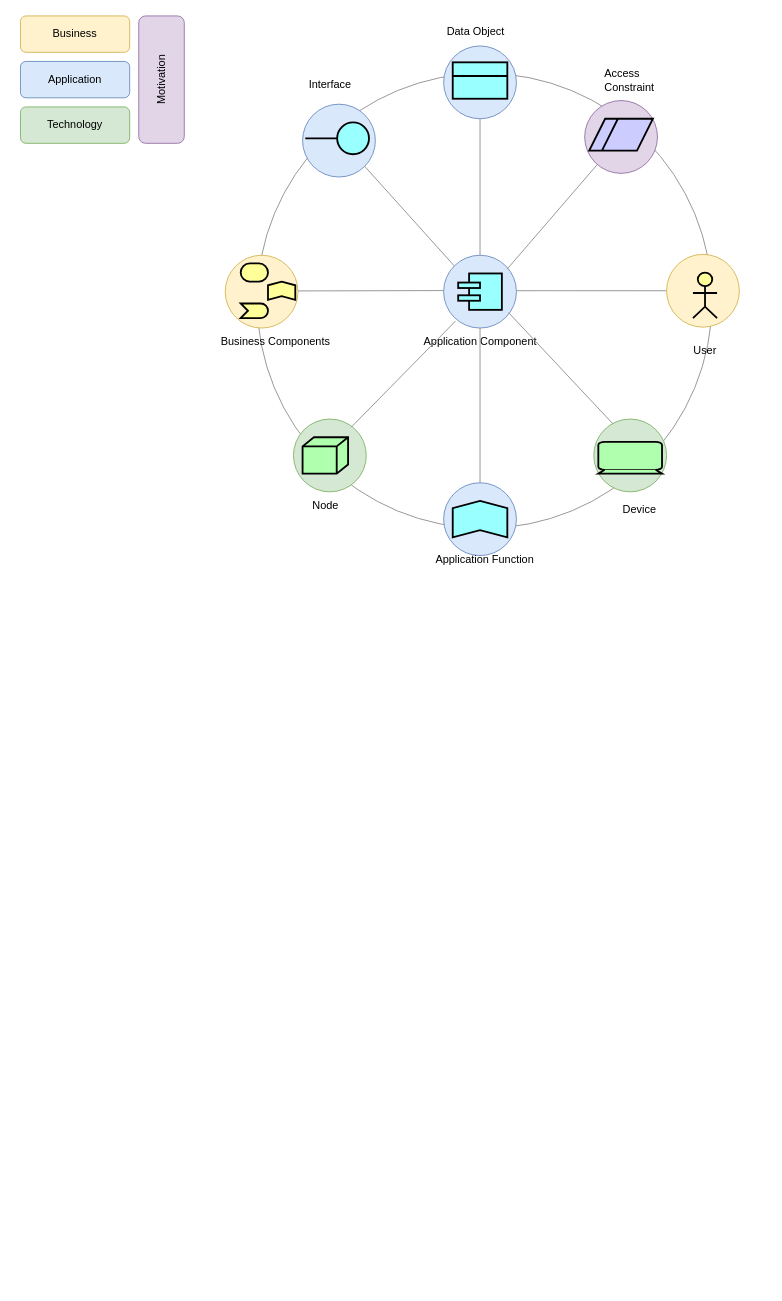
The draw.io diagram BE/enterprise/Untitled Diagram.drawio in afflato/system, before the edit. Source tidied: cells renumbered, new cells numbered last; positions are measured from the earlier drawing's top-left corner, leaving out a move shared by most shapes. Both pictures are drawn from the tidied source at 91%, with x=0, y=0 at pixel (20, 15).
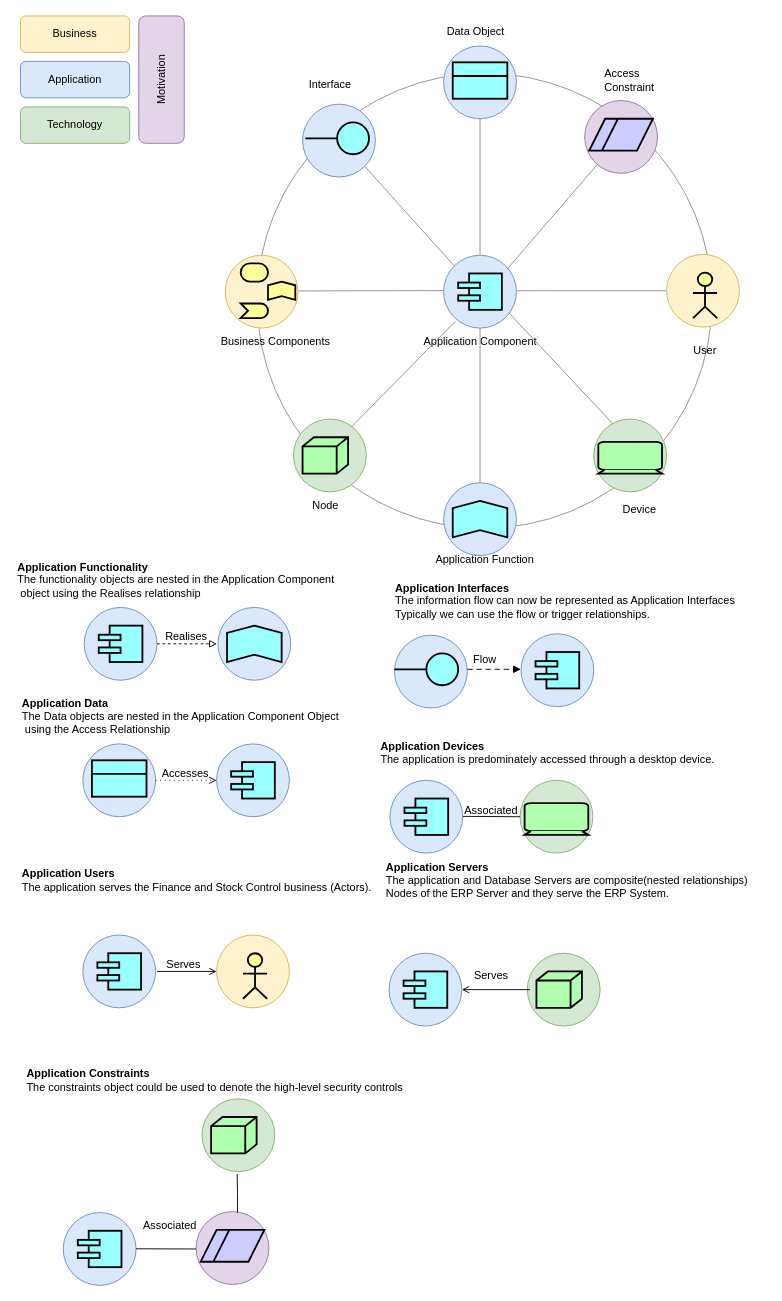
The same page after the edit.

What changed in the source:
```diff
@@
+    <mxCell id="44" style="ellipse;whiteSpace=wrap;html=1;fillColor=#dae8fc;strokeColor=#6c8ebf;" parent="1" vertex="1">
+      <mxGeometry x="70" y="650" width="80" height="80" as="geometry" />
+    </mxCell>
+    <mxCell id="45" style="html=1;whiteSpace=wrap;fillColor=#99ffff;shape=mxgraph.archimate3.component;strokeWidth=2;" parent="1" vertex="1">
+      <mxGeometry x="86" y="670" width="48" height="40" as="geometry" />
+    </mxCell>
+    <mxCell id="46" style="ellipse;whiteSpace=wrap;html=1;fillColor=#dae8fc;strokeColor=#6c8ebf;" parent="1" vertex="1">
+      <mxGeometry x="217" y="650" width="80" height="80" as="geometry" />
+    </mxCell>
+    <mxCell id="47" style="html=1;whiteSpace=wrap;fillColor=#99ffff;shape=mxgraph.archimate3.function;strokeWidth=2;" parent="1" vertex="1">
+      <mxGeometry x="227" y="670" width="60" height="40" as="geometry" />
+    </mxCell>
+    <mxCell id="48" style="edgeStyle=elbowEdgeStyle;html=1;endArrow=block;elbow=vertical;endFill=0;dashed=1;rounded=0;entryX=-0.014;entryY=0.506;entryDx=0;entryDy=0;entryPerimeter=0;" parent="1" edge="1" target="46">
+      <mxGeometry relative="1" as="geometry">
+        <mxPoint x="150" y="690" as="sourcePoint" />
+      </mxGeometry>
+    </mxCell>
+    <mxCell id="49" value="&lt;div&gt;&lt;b&gt;Application Functionality&lt;/b&gt;&lt;/div&gt;&lt;div&gt;The functionality objects are nested in the Application Component&lt;/div&gt;&lt;div&gt;&amp;nbsp;object using the Realises relationship&lt;/div&gt;" style="text;html=1;align=left;verticalAlign=middle;strokeColor=none;fillColor=none;" parent="1" vertex="1">
+      <mxGeometry x="-5" y="590" width="370" height="60" as="geometry" />
+    </mxCell>
+    <mxCell id="50" style="ellipse;whiteSpace=wrap;html=1;fillColor=#dae8fc;strokeColor=#6c8ebf;" parent="1" vertex="1">
+      <mxGeometry x="215.5" y="800" width="80" height="80" as="geometry" />
+    </mxCell>
+    <mxCell id="51" style="html=1;whiteSpace=wrap;fillColor=#99ffff;shape=mxgraph.archimate3.component;strokeWidth=2;" parent="1" vertex="1">
+      <mxGeometry x="231.5" y="820" width="48" height="40" as="geometry" />
+    </mxCell>
+    <mxCell id="52" style="ellipse;whiteSpace=wrap;html=1;fillColor=#dae8fc;strokeColor=#6c8ebf;" parent="1" vertex="1">
+      <mxGeometry x="68.5" y="800" width="80" height="80" as="geometry" />
+    </mxCell>
+    <mxCell id="53" value="&lt;table cellpadding=&quot;0&quot; cellspacing=&quot;0&quot; style=&quot;font-size:1em;width:100%;height:100%;&quot;&gt;&lt;tr style=&quot;height:20px;&quot;&gt;&lt;td align=&quot;center&quot;&gt;&lt;/td&gt;&lt;/tr&gt;&lt;tr&gt;&lt;td align=&quot;left&quot; valign=&quot;top&quot; style=&quot;padding:4px;&quot;&gt;&lt;/td&gt;&lt;/tr&gt;&lt;/table&gt;" style="html=1;whiteSpace=wrap;fillColor=#99ffff;shape=mxgraph.archimate3.businessObject;overflow=fill;strokeWidth=2;" parent="1" vertex="1">
+      <mxGeometry x="78.5" y="818" width="60" height="40" as="geometry" />
+    </mxCell>
+    <mxCell id="54" style="edgeStyle=elbowEdgeStyle;html=1;endArrow=open;elbow=vertical;endFill=0;dashed=1;dashPattern=1 4;rounded=0;" parent="1" edge="1" target="50">
+      <mxGeometry relative="1" as="geometry">
+        <mxPoint x="148.5" y="840" as="sourcePoint" />
+      </mxGeometry>
+    </mxCell>
+    <mxCell id="55" value="Accesses" style="text;html=1;align=center;verticalAlign=middle;strokeColor=none;fillColor=none;" parent="1" vertex="1">
+      <mxGeometry x="145.5" y="818" width="70" height="30" as="geometry" />
+    </mxCell>
+    <mxCell id="56" value="Realises" style="text;html=1;align=center;verticalAlign=middle;strokeColor=none;fillColor=none;" parent="1" vertex="1">
+      <mxGeometry x="147" y="667" width="70" height="30" as="geometry" />
+    </mxCell>
+    <mxCell id="57" value="&lt;div&gt;&lt;b&gt;Application Data&lt;/b&gt;&lt;/div&gt;&lt;div&gt;The Data objects are nested in the Application Component Object&lt;/div&gt;&lt;div&gt;&amp;nbsp;using the Access Relationship&lt;/div&gt;" style="text;html=1;align=left;verticalAlign=middle;strokeColor=none;fillColor=none;" parent="1" vertex="1">
+      <mxGeometry y="740" width="370" height="60" as="geometry" />
+    </mxCell>
+    <mxCell id="58" style="ellipse;whiteSpace=wrap;html=1;fillColor=#dae8fc;strokeColor=#6c8ebf;" parent="1" vertex="1">
+      <mxGeometry x="550" y="679" width="80" height="80" as="geometry" />
+    </mxCell>
+    <mxCell id="59" style="html=1;whiteSpace=wrap;fillColor=#99ffff;shape=mxgraph.archimate3.component;strokeWidth=2;" parent="1" vertex="1">
+      <mxGeometry x="566" y="699" width="48" height="40" as="geometry" />
+    </mxCell>
+    <mxCell id="60" style="ellipse;whiteSpace=wrap;html=1;fillColor=#dae8fc;strokeColor=#6c8ebf;" parent="1" vertex="1">
+      <mxGeometry x="411" y="680.5" width="80" height="80" as="geometry" />
+    </mxCell>
+    <mxCell id="61" style="html=1;whiteSpace=wrap;fillColor=#99ffff;shape=mxgraph.archimate3.interface;strokeWidth=2;" parent="1" vertex="1">
+      <mxGeometry x="411" y="700.5" width="70" height="35" as="geometry" />
+    </mxCell>
+    <mxCell id="62" value="&lt;div&gt;&lt;b&gt;Application Interfaces&lt;/b&gt;&lt;/div&gt;&lt;div&gt;The information flow can now be represented as Application Interfaces&lt;/div&gt;&lt;div&gt;Typically we can use the flow or trigger relationships.&lt;/div&gt;" style="text;html=1;align=left;verticalAlign=middle;strokeColor=none;fillColor=none;" parent="1" vertex="1">
+      <mxGeometry x="410" y="613" width="400" height="60" as="geometry" />
+    </mxCell>
+    <mxCell id="63" style="edgeStyle=elbowEdgeStyle;html=1;endArrow=block;dashed=1;elbow=vertical;endFill=1;dashPattern=6 4;rounded=0;entryX=-0.001;entryY=0.492;entryDx=0;entryDy=0;entryPerimeter=0;" parent="1" edge="1" target="58">
+      <mxGeometry relative="1" as="geometry">
+        <mxPoint x="491" y="718" as="sourcePoint" />
+      </mxGeometry>
+    </mxCell>
+    <mxCell id="64" value="Flow" style="text;html=1;align=center;verticalAlign=middle;strokeColor=none;fillColor=none;" parent="1" vertex="1">
+      <mxGeometry x="485" y="693" width="50" height="30" as="geometry" />
+    </mxCell>
+    <mxCell id="65" style="ellipse;whiteSpace=wrap;html=1;fillColor=#dae8fc;strokeColor=#6c8ebf;" parent="1" vertex="1">
+      <mxGeometry x="406" y="840" width="80" height="80" as="geometry" />
+    </mxCell>
+    <mxCell id="66" style="html=1;whiteSpace=wrap;fillColor=#99ffff;shape=mxgraph.archimate3.component;strokeWidth=2;" parent="1" vertex="1">
+      <mxGeometry x="422" y="860" width="48" height="40" as="geometry" />
+    </mxCell>
+    <mxCell id="67" style="ellipse;whiteSpace=wrap;html=1;fillColor=#d5e8d4;strokeColor=#82b366;" parent="1" vertex="1">
+      <mxGeometry x="549" y="840" width="80" height="80" as="geometry" />
+    </mxCell>
+    <mxCell id="68" style="html=1;whiteSpace=wrap;fillColor=#AFFFAF;shape=mxgraph.archimate3.device;strokeWidth=2;" parent="1" vertex="1">
+      <mxGeometry x="554" y="865" width="70" height="35" as="geometry" />
+    </mxCell>
+    <mxCell id="69" value="&lt;div&gt;&lt;b&gt;Application Devices&lt;/b&gt;&lt;/div&gt;&lt;div&gt;The application is predominately accessed through a desktop device.&lt;/div&gt;" style="text;html=1;align=left;verticalAlign=middle;strokeColor=none;fillColor=none;" parent="1" vertex="1">
+      <mxGeometry x="394" y="790" width="390" height="40" as="geometry" />
+    </mxCell>
+    <mxCell id="70" style="edgeStyle=elbowEdgeStyle;html=1;endArrow=none;elbow=vertical;rounded=0;entryX=0;entryY=0.5;entryDx=0;entryDy=0;" parent="1" edge="1" target="67">
+      <mxGeometry relative="1" as="geometry">
+        <mxPoint x="486" y="879.6" as="sourcePoint" />
+      </mxGeometry>
+    </mxCell>
+    <mxCell id="71" value="Associated" style="text;html=1;align=center;verticalAlign=middle;strokeColor=none;fillColor=none;" parent="1" vertex="1">
+      <mxGeometry x="477" y="859" width="80" height="30" as="geometry" />
+    </mxCell>
+    <mxCell id="72" style="ellipse;whiteSpace=wrap;html=1;fillColor=#dae8fc;strokeColor=#6c8ebf;" parent="1" vertex="1">
+      <mxGeometry x="68.5" y="1010" width="80" height="80" as="geometry" />
+    </mxCell>
+    <mxCell id="73" style="html=1;whiteSpace=wrap;fillColor=#99ffff;shape=mxgraph.archimate3.component;strokeWidth=2;" parent="1" vertex="1">
+      <mxGeometry x="84.5" y="1030" width="48" height="40" as="geometry" />
+    </mxCell>
+    <mxCell id="74" style="ellipse;whiteSpace=wrap;html=1;fillColor=#fff2cc;strokeColor=#d6b656;" parent="1" vertex="1">
+      <mxGeometry x="215.5" y="1010" width="80" height="80" as="geometry" />
+    </mxCell>
+    <mxCell id="75" style="html=1;whiteSpace=wrap;fillColor=#ffff99;verticalLabelPosition=bottom;verticalAlign=top;align=center;shape=mxgraph.archimate3.actor;strokeWidth=2;" parent="1" vertex="1">
+      <mxGeometry x="244.5" y="1030" width="26.5" height="50" as="geometry" />
+    </mxCell>
+    <mxCell id="76" value="&lt;div&gt;&lt;b style=&quot;background-color: transparent; color: light-dark(rgb(0, 0, 0), rgb(255, 255, 255));&quot;&gt;Application Users&lt;/b&gt;&lt;/div&gt;&lt;div&gt;&lt;div&gt;The application serves the Finance and Stock Control business (Actors).&lt;/div&gt;&lt;/div&gt;" style="text;html=1;align=left;verticalAlign=middle;strokeColor=none;fillColor=none;" parent="1" vertex="1">
+      <mxGeometry y="930" width="410" height="40" as="geometry" />
+    </mxCell>
+    <mxCell id="77" style="edgeStyle=elbowEdgeStyle;html=1;endArrow=open;elbow=vertical;endFill=1;rounded=0;entryX=0;entryY=0.5;entryDx=0;entryDy=0;" parent="1" edge="1" target="74">
+      <mxGeometry relative="1" as="geometry">
+        <mxPoint x="150" y="1050" as="sourcePoint" />
+      </mxGeometry>
+    </mxCell>
+    <mxCell id="78" value="Serves" style="text;html=1;align=center;verticalAlign=middle;strokeColor=none;fillColor=none;" parent="1" vertex="1">
+      <mxGeometry x="148.5" y="1028" width="60" height="30" as="geometry" />
+    </mxCell>
+    <mxCell id="79" style="ellipse;whiteSpace=wrap;html=1;fillColor=#dae8fc;strokeColor=#6c8ebf;" parent="1" vertex="1">
+      <mxGeometry x="405" y="1030" width="80" height="80" as="geometry" />
+    </mxCell>
+    <mxCell id="80" style="html=1;whiteSpace=wrap;fillColor=#99ffff;shape=mxgraph.archimate3.component;strokeWidth=2;" parent="1" vertex="1">
+      <mxGeometry x="421" y="1050" width="48" height="40" as="geometry" />
+    </mxCell>
+    <mxCell id="81" style="ellipse;whiteSpace=wrap;html=1;fillColor=#d5e8d4;strokeColor=#82b366;" parent="1" vertex="1">
+      <mxGeometry x="557" y="1030" width="80" height="80" as="geometry" />
+    </mxCell>
+    <mxCell id="82" style="html=1;whiteSpace=wrap;fillColor=#AFFFAF;shape=mxgraph.archimate3.node;strokeWidth=2;" parent="1" vertex="1">
+      <mxGeometry x="567" y="1050" width="50" height="40" as="geometry" />
+    </mxCell>
+    <mxCell id="83" value="&lt;div&gt;&lt;b&gt;Application Servers&lt;/b&gt;&lt;/div&gt;&lt;div&gt;The application and Database Servers are composite(nested relationships)&amp;nbsp;&lt;/div&gt;&lt;div&gt;Nodes of the ERP Server and they serve the ERP System.&lt;/div&gt;" style="text;html=1;align=left;verticalAlign=middle;strokeColor=none;fillColor=none;" parent="1" vertex="1">
+      <mxGeometry x="400" y="920" width="420" height="60" as="geometry" />
+    </mxCell>
+    <mxCell id="84" style="edgeStyle=elbowEdgeStyle;html=1;endArrow=open;elbow=vertical;endFill=1;rounded=0;" parent="1" edge="1" target="79">
+      <mxGeometry relative="1" as="geometry">
+        <mxPoint x="560" y="1070" as="sourcePoint" />
+      </mxGeometry>
+    </mxCell>
+    <mxCell id="85" value="Serves" style="text;html=1;align=center;verticalAlign=middle;strokeColor=none;fillColor=none;" parent="1" vertex="1">
+      <mxGeometry x="487" y="1040" width="60" height="30" as="geometry" />
+    </mxCell>
+    <mxCell id="86" style="ellipse;whiteSpace=wrap;html=1;fillColor=#dae8fc;strokeColor=#6c8ebf;" parent="1" vertex="1">
+      <mxGeometry x="47" y="1315" width="80" height="80" as="geometry" />
+    </mxCell>
+    <mxCell id="87" style="html=1;whiteSpace=wrap;fillColor=#99ffff;shape=mxgraph.archimate3.component;strokeWidth=2;" parent="1" vertex="1">
+      <mxGeometry x="63" y="1335" width="48" height="40" as="geometry" />
+    </mxCell>
+    <mxCell id="88" style="ellipse;whiteSpace=wrap;html=1;fillColor=#e1d5e7;strokeColor=#9673a6;" parent="1" vertex="1">
+      <mxGeometry x="193" y="1314" width="80" height="80" as="geometry" />
+    </mxCell>
+    <mxCell id="89" style="html=1;whiteSpace=wrap;fillColor=#CCCCFF;shape=mxgraph.archimate3.constraint;strokeWidth=2;" parent="1" vertex="1">
+      <mxGeometry x="198" y="1334" width="70" height="35" as="geometry" />
+    </mxCell>
+    <mxCell id="90" style="ellipse;whiteSpace=wrap;html=1;fillColor=#d5e8d4;strokeColor=#82b366;" parent="1" vertex="1">
+      <mxGeometry x="199.5" y="1190" width="80" height="80" as="geometry" />
+    </mxCell>
+    <mxCell id="91" style="html=1;whiteSpace=wrap;fillColor=#AFFFAF;shape=mxgraph.archimate3.node;strokeWidth=2;" parent="1" vertex="1">
+      <mxGeometry x="209.5" y="1210" width="50" height="40" as="geometry" />
+    </mxCell>
+    <mxCell id="92" style="edgeStyle=elbowEdgeStyle;html=1;endArrow=none;elbow=vertical;rounded=0;entryX=-0.002;entryY=0.509;entryDx=0;entryDy=0;entryPerimeter=0;" parent="1" edge="1" target="88">
+      <mxGeometry relative="1" as="geometry">
+        <mxPoint x="127" y="1354.8" as="sourcePoint" />
+      </mxGeometry>
+    </mxCell>
+    <mxCell id="93" style="edgeStyle=elbowEdgeStyle;html=1;endArrow=none;elbow=vertical;rounded=0;entryX=0.483;entryY=1.033;entryDx=0;entryDy=0;entryPerimeter=0;" parent="1" edge="1" target="90">
+      <mxGeometry relative="1" as="geometry">
+        <mxPoint x="238.5" y="1315" as="sourcePoint" />
+      </mxGeometry>
+    </mxCell>
+    <mxCell id="94" value="&lt;div&gt;&lt;span style=&quot;background-color: transparent; color: light-dark(rgb(0, 0, 0), rgb(255, 255, 255));&quot;&gt;&lt;b&gt;Application Constraints&lt;/b&gt;&lt;/span&gt;&lt;/div&gt;&lt;div&gt;&lt;div&gt;The constraints object could be used to denote the high-level security controls&lt;/div&gt;&lt;/div&gt;" style="text;html=1;align=left;verticalAlign=middle;strokeColor=none;fillColor=none;" parent="1" vertex="1">
+      <mxGeometry x="5" y="1150" width="440" height="40" as="geometry" />
+    </mxCell>
+    <mxCell id="95" value="Associated" style="text;html=1;align=center;verticalAlign=middle;strokeColor=none;fillColor=none;" parent="1" vertex="1">
+      <mxGeometry x="124" y="1315" width="80" height="30" as="geometry" />
+    </mxCell>
```
